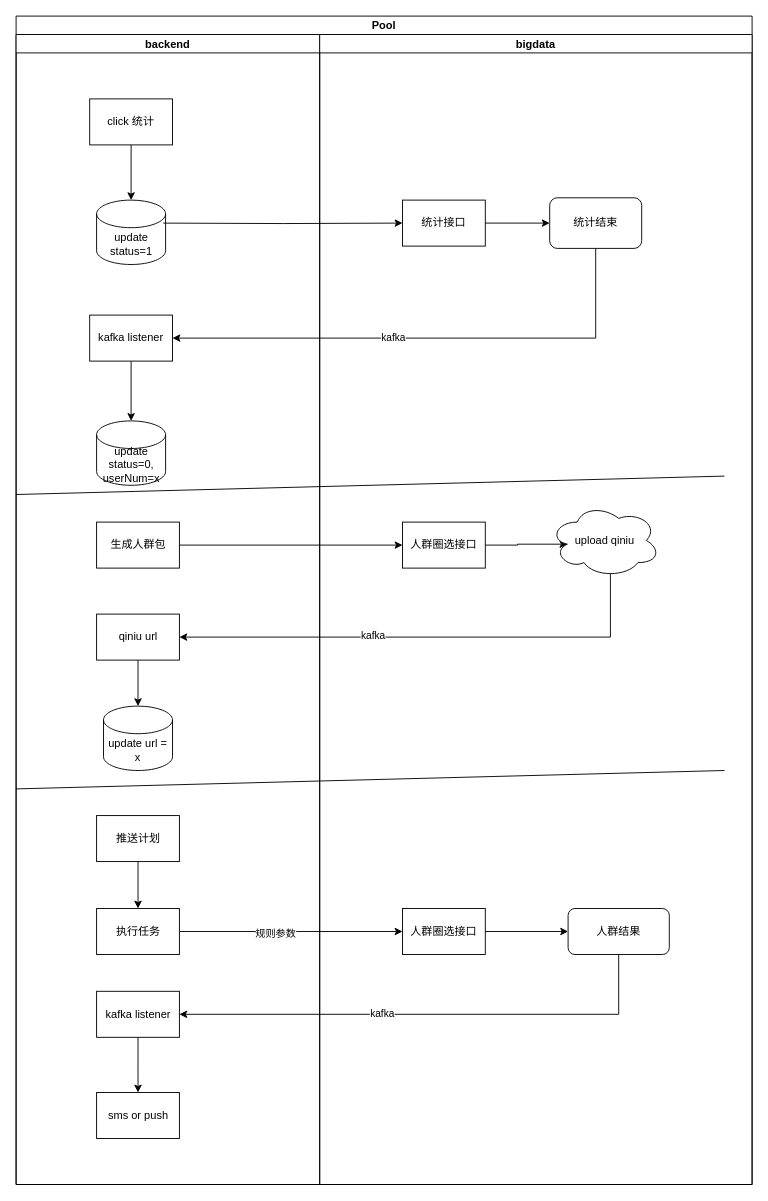
Above: 人群圈选.drawio in songmulin/rr-business (draw.io), before the change. Source tidied: cells renumbered, new cells numbered last; positions are measured from the earlier drawing's top-left corner, leaving out a move shared by most shapes. Both pictures are drawn from the tidied source at 92%, with x=0, y=0 at pixel (16, 16).
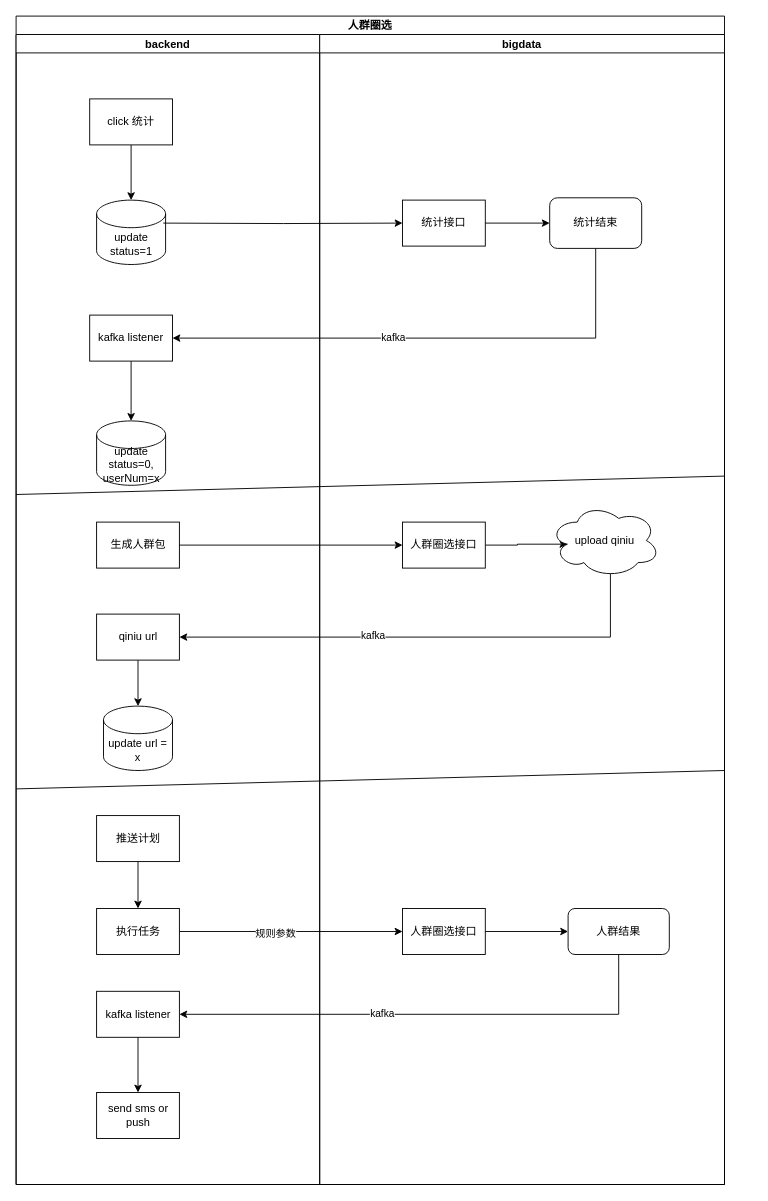
The same page after the edit.

Commit message:
更新人群圈选.drawio

The change refers to these unchanged cells:
```xml
<mxCell id="5" value="backend" style="swimlane;startSize=20;" parent="2" vertex="1">
  <mxGeometry y="20" width="330" height="1250" as="geometry" />
</mxCell>
```

The edit, as a diff of the source:
```diff
@@
-    <mxCell id="2" value="Pool" style="swimlane;startSize=20;" parent="1" vertex="1">
-      <mxGeometry width="800" height="1270" as="geometry" />
+    <mxCell id="2" value="人群圈选" style="swimlane;startSize=20;" parent="1" vertex="1">
+      <mxGeometry width="770" height="1270" as="geometry" />
     </mxCell>
@@
-    <mxCell id="21" value="sms or push" style="rounded=0;whiteSpace=wrap;html=1;" parent="5" vertex="1">
+    <mxCell id="21" value="send sms or push" style="rounded=0;whiteSpace=wrap;html=1;" parent="5" vertex="1">
       <mxGeometry x="87.5" y="1150" width="90" height="50" as="geometry" />
     </mxCell>
@@
     <mxCell id="24" value="bigdata" style="swimlane;startSize=20;" parent="2" vertex="1">
-      <mxGeometry x="330" y="20" width="470" height="1250" as="geometry" />
+      <mxGeometry x="330" y="20" width="440" height="1250" as="geometry" />
     </mxCell>
```
